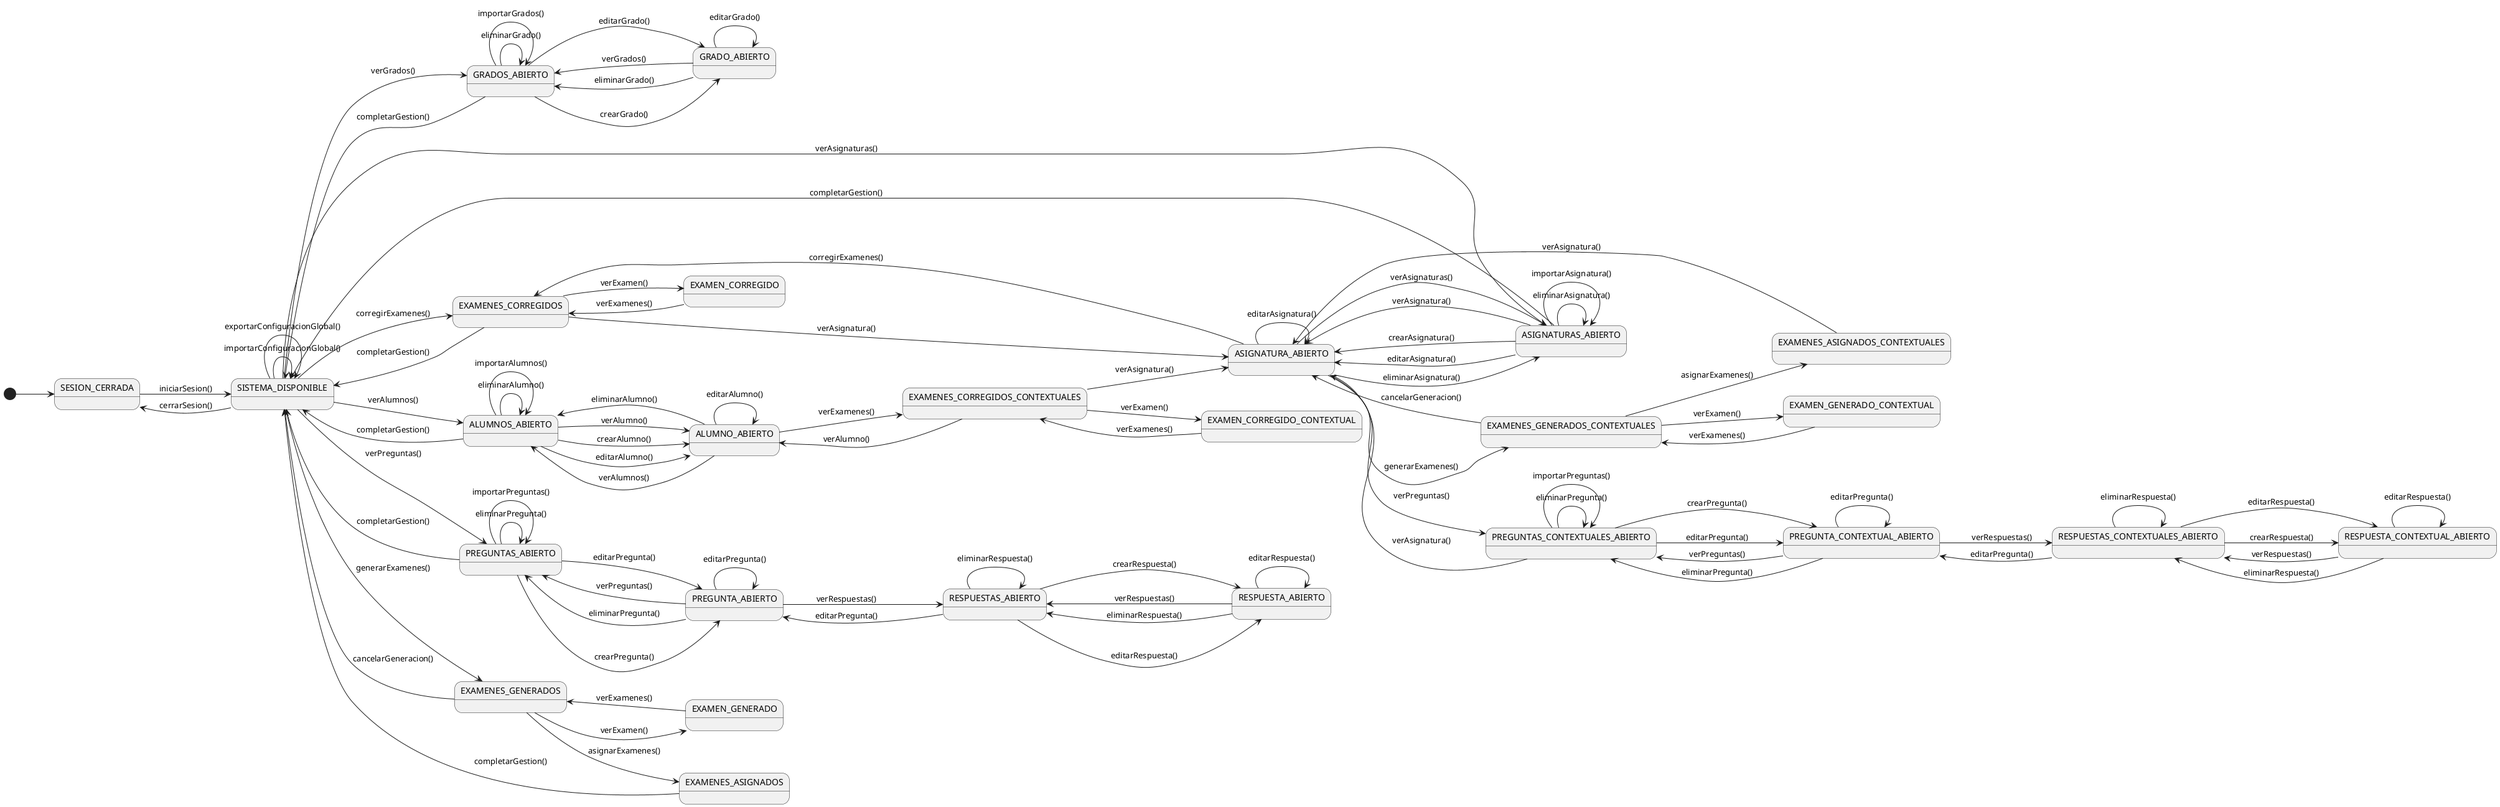
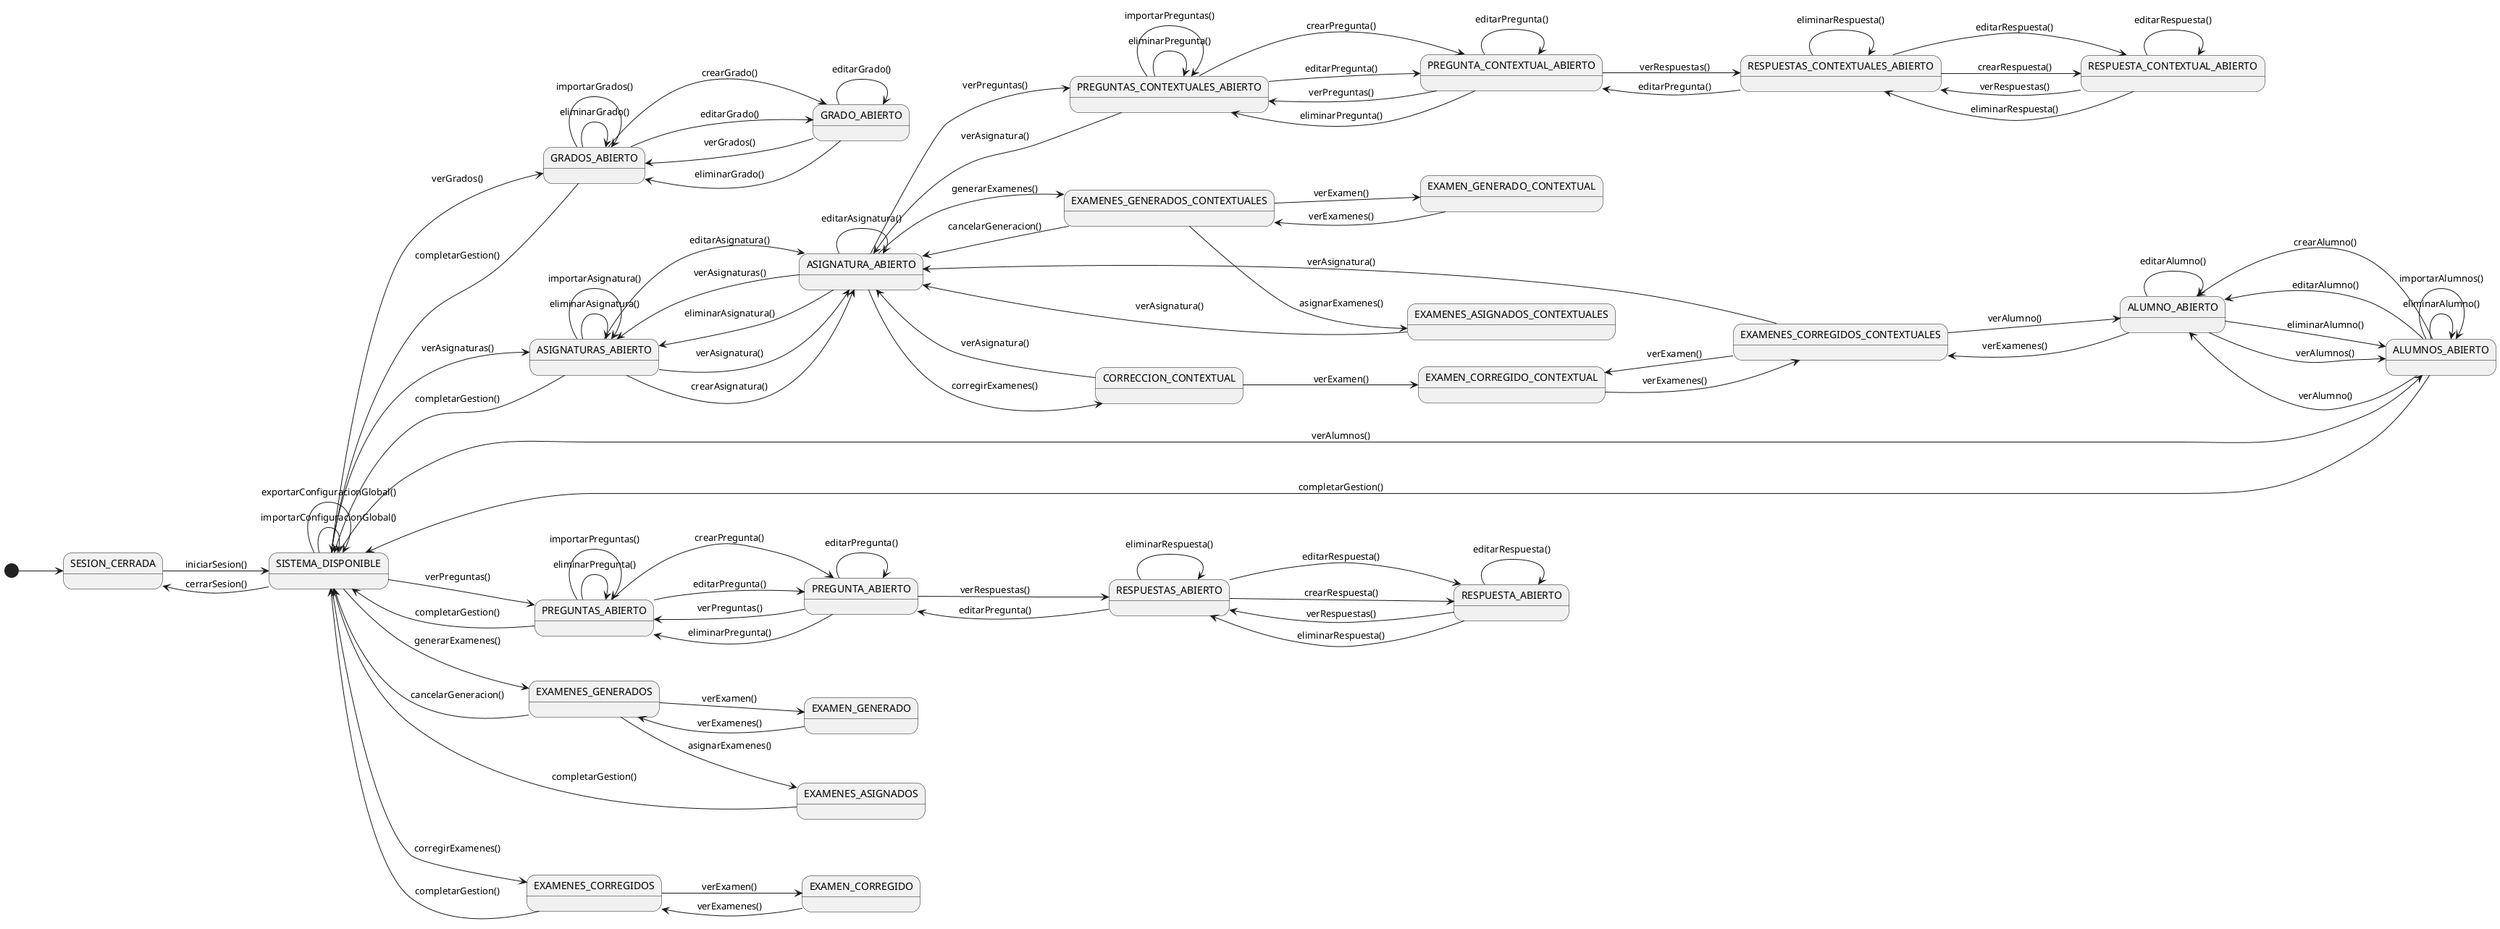
@startuml diagrama-contexto-docente

left to right direction

'Estados'

state "SESION_CERRADA" as NoAuth
state "SISTEMA_DISPONIBLE" as Menu

state "GRADOS_ABIERTO" as ListGrados
state "GRADO_ABIERTO" as EditGrado

state "ASIGNATURAS_ABIERTO" as ListAsignaturas
state "ASIGNATURA_ABIERTO" as EditAsignatura

state "ALUMNOS_ABIERTO" as ListAlumnos
state "ALUMNO_ABIERTO" as EditAlumno

state "PREGUNTAS_ABIERTO" as ListPreguntas
state "PREGUNTA_ABIERTO" as EditPregunta

state "EXAMENES_GENERADOS" as ExamenesGenerados
state "EXAMEN_GENERADO" as ExamenGenerado
state "EXAMENES_ASIGNADOS" as ExamenesAsignados

state "EXAMENES_CORREGIDOS" as ExamenesCorregidos
state "EXAMEN_CORREGIDO" as ExamenCorregido
state "EXAMEN_CORREGIDO_CONTEXTUAL" as ExamenCorregidoContextual

state "RESPUESTAS_ABIERTO" as ListRespuestas
state "RESPUESTA_ABIERTO" as EditRespuesta

state "PREGUNTAS_CONTEXTUALES_ABIERTO" as ListPreguntasContextuales
state "PREGUNTA_CONTEXTUAL_ABIERTO" as EditPreguntaContextual

state "RESPUESTAS_CONTEXTUALES_ABIERTO" as ListRespuestasContextuales
state "RESPUESTA_CONTEXTUAL_ABIERTO" as EditRespuestaContextual

state "EXAMENES_GENERADOS_CONTEXTUALES" as ExamenesGeneradosContextuales
state "EXAMEN_GENERADO_CONTEXTUAL" as ExamenGeneradoContextual
state "EXAMENES_ASIGNADOS_CONTEXTUALES" as ExamenesAsignadosContextuales
state "EXAMENES_CORREGIDOS_CONTEXTUALES" as ExamenesCorregidosContextuales
+ state "CORRECCION_CONTEXTUAL" as CorreccionContextual


'Modulo sesion'
[*] --> NoAuth
NoAuth --> Menu : iniciarSesion()
Menu --> NoAuth : cerrarSesion()

'Modulo grados'

Menu --> ListGrados: verGrados()
ListGrados --> ListGrados: eliminarGrado()
ListGrados --> ListGrados: importarGrados()
ListGrados --> EditGrado: crearGrado()
ListGrados --> EditGrado: editarGrado()
EditGrado --> EditGrado: editarGrado()
EditGrado --> ListGrados: verGrados()
EditGrado --> ListGrados: eliminarGrado()
ListGrados --> Menu: completarGestion()

'Modulo asignaturas

Menu --> ListAsignaturas: verAsignaturas()
ListAsignaturas --> EditAsignatura: verAsignatura()
ListAsignaturas --> EditAsignatura: crearAsignatura()
ListAsignaturas --> EditAsignatura: editarAsignatura()
ListAsignaturas --> ListAsignaturas: eliminarAsignatura()
ListAsignaturas --> ListAsignaturas: importarAsignatura()
EditAsignatura --> EditAsignatura: editarAsignatura()
EditAsignatura --> ListAsignaturas: verAsignaturas()
EditAsignatura --> ListAsignaturas: eliminarAsignatura()
ListAsignaturas --> Menu: completarGestion()

'Modulo alumnos

Menu --> ListAlumnos: verAlumnos()
ListAlumnos --> EditAlumno: verAlumno()
ListAlumnos --> EditAlumno: crearAlumno()
ListAlumnos --> EditAlumno: editarAlumno()
ListAlumnos --> ListAlumnos: eliminarAlumno()
ListAlumnos --> ListAlumnos: importarAlumnos()
EditAlumno --> EditAlumno: editarAlumno()
EditAlumno --> ListAlumnos: verAlumnos()
EditAlumno --> ListAlumnos: eliminarAlumno()
ListAlumnos --> Menu: completarGestion()

'Modulo preguntas

Menu --> ListPreguntas: verPreguntas()
ListPreguntas --> EditPregunta: crearPregunta()
ListPreguntas --> EditPregunta: editarPregunta()
ListPreguntas --> ListPreguntas: eliminarPregunta()
ListPreguntas --> ListPreguntas: importarPreguntas()
EditPregunta --> EditPregunta: editarPregunta()
EditPregunta --> ListPreguntas: verPreguntas()
EditPregunta --> ListPreguntas: eliminarPregunta()
ListPreguntas --> Menu: completarGestion()

'Modulo preguntas contextuales

EditAsignatura --> ListPreguntasContextuales: verPreguntas()
ListPreguntasContextuales --> EditPreguntaContextual: crearPregunta()
ListPreguntasContextuales --> EditPreguntaContextual: editarPregunta()
ListPreguntasContextuales --> ListPreguntasContextuales: eliminarPregunta()
ListPreguntasContextuales --> ListPreguntasContextuales: importarPreguntas()
EditPreguntaContextual --> EditPreguntaContextual: editarPregunta()
EditPreguntaContextual --> ListPreguntasContextuales: verPreguntas()
ListPreguntasContextuales --> EditAsignatura: verAsignatura()
EditPreguntaContextual --> ListRespuestasContextuales: verRespuestas()
EditPreguntaContextual --> ListPreguntasContextuales: eliminarPregunta()
ListRespuestasContextuales --> EditRespuestaContextual: editarRespuesta()
ListRespuestasContextuales --> EditRespuestaContextual: crearRespuesta()
EditRespuestaContextual --> ListRespuestasContextuales: verRespuestas()
EditRespuestaContextual --> ListRespuestasContextuales: eliminarRespuesta()
ListRespuestasContextuales --> ListRespuestasContextuales: eliminarRespuesta()
EditRespuestaContextual --> EditRespuestaContextual: editarRespuesta()
ListRespuestasContextuales --> EditPreguntaContextual: editarPregunta()

'Modulo Respuesta
EditPregunta --> ListRespuestas: verRespuestas()
ListRespuestas --> EditRespuesta: editarRespuesta()
ListRespuestas --> EditRespuesta: crearRespuesta()
ListRespuestas --> ListRespuestas: eliminarRespuesta()
EditRespuesta --> EditRespuesta: editarRespuesta()
EditRespuesta --> ListRespuestas: verRespuestas()
EditRespuesta --> ListRespuestas: eliminarRespuesta()
ListRespuestas --> EditPregunta: editarPregunta()

'Modulo configuracion general

Menu --> Menu: importarConfiguracionGlobal()
Menu --> Menu: exportarConfiguracionGlobal()

'Modulo examenes

Menu --> ExamenesGenerados: generarExamenes()
ExamenesGenerados --> ExamenesAsignados: asignarExamenes()
ExamenesAsignados --> Menu: completarGestion()
ExamenesGenerados --> Menu: cancelarGeneracion()
ExamenesGenerados --> ExamenGenerado: verExamen()
ExamenGenerado --> ExamenesGenerados: verExamenes()

'Modulo examenes contextuales
EditAsignatura --> ExamenesGeneradosContextuales: generarExamenes()
ExamenesGeneradosContextuales --> ExamenesAsignadosContextuales: asignarExamenes()
ExamenesGeneradosContextuales --> EditAsignatura: cancelarGeneracion()
ExamenesAsignadosContextuales --> EditAsignatura: verAsignatura()
ExamenesGeneradosContextuales --> ExamenGeneradoContextual: verExamen()
ExamenGeneradoContextual --> ExamenesGeneradosContextuales: verExamenes()

'Modulo correccion

Menu --> ExamenesCorregidos: corregirExamenes()
- EditAsignatura --> ExamenesCorregidos: corregirExamenes()
ExamenesCorregidos --> Menu: completarGestion()
- ExamenesCorregidos --> EditAsignatura: verAsignatura()
ExamenesCorregidos --> ExamenCorregido: verExamen()
ExamenCorregido --> ExamenesCorregidos: verExamenes()
+ 
+ 'Modulo correccion contextual (desde asignatura)
+ EditAsignatura --> CorreccionContextual: corregirExamenes()
+ CorreccionContextual --> EditAsignatura: verAsignatura()
+ CorreccionContextual --> ExamenCorregidoContextual: verExamen()
EditAlumno --> ExamenesCorregidosContextuales: verExamenes()
ExamenesCorregidosContextuales --> EditAlumno: verAlumno()
ExamenesCorregidosContextuales --> EditAsignatura: verAsignatura()
ExamenesCorregidosContextuales --> ExamenCorregidoContextual: verExamen()
ExamenCorregidoContextual --> ExamenesCorregidosContextuales: verExamenes()

@enduml
